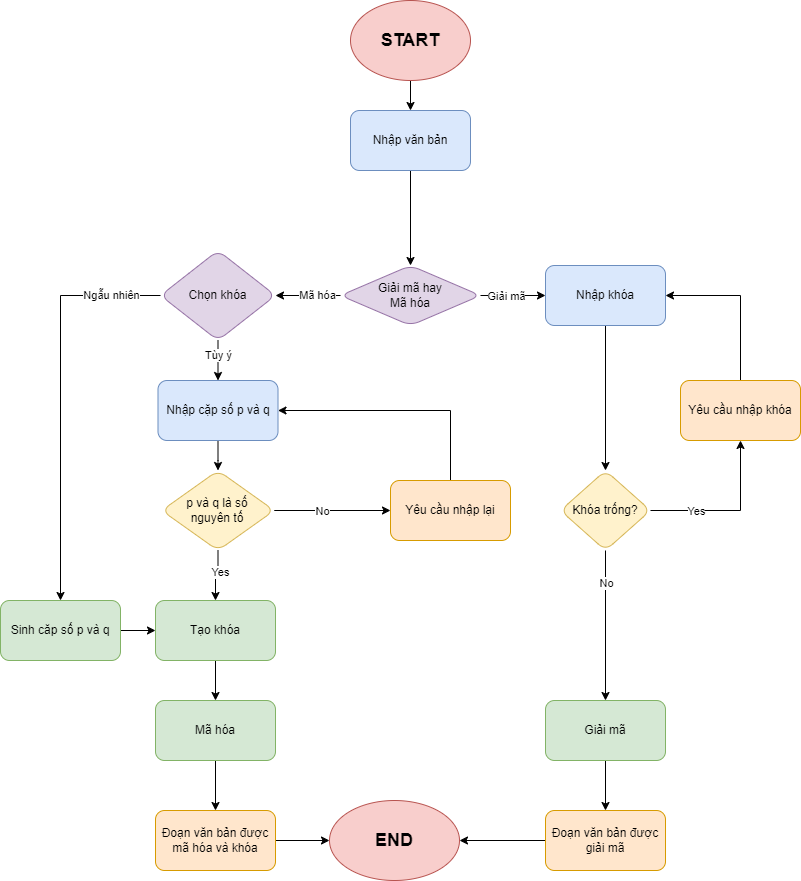
Earlier version of the draw.io export img/FlowChart.png (Grizmo2610/Enkodo). Source tidied: cells renumbered, new cells last; positions are measured from the earlier drawing's top-left corner, leaving out a move shared by most shapes.
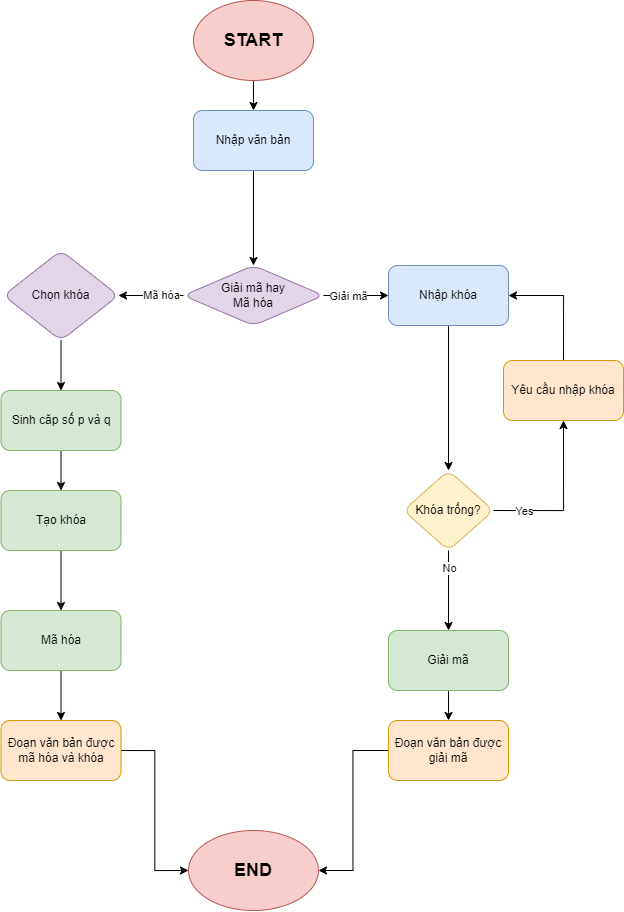
After the change.

Diff of the diagram source:
```diff
@@ -41,7 +41,9 @@
       <mxGeometry relative="1" as="geometry" />
     </mxCell>
     <mxCell id="14" value="Yes" style="edgeLabel;html=1;align=center;verticalAlign=middle;" parent="13" vertex="1">
-      <mxGeometry x="-0.43" relative="1" as="geometry" />
+      <mxGeometry x="-0.43" relative="1" as="geometry">
+        <mxPoint x="-16" as="offset" />
+      </mxGeometry>
     </mxCell>
     <mxCell id="15" style="edgeStyle=orthogonalEdgeStyle;rounded=0;jettySize=auto;html=1;exitX=0.5;exitY=1;exitDx=0;exitDy=0;entryX=0.5;entryY=0;entryDx=0;entryDy=0;" parent="1" edge="1" source="17" target="21">
       <mxGeometry relative="1" as="geometry" />
@@ -56,94 +58,52 @@
       <mxGeometry relative="1" as="geometry" />
     </mxCell>
     <mxCell id="19" value="Yêu cầu nhập khóa" style="whiteSpace=wrap;html=1;rounded=1;fillColor=#ffe6cc;strokeColor=#d79b00;" parent="1" vertex="1">
-      <mxGeometry x="680" y="380" width="120" height="60" as="geometry" />
+      <mxGeometry x="660" y="360" width="120" height="60" as="geometry" />
     </mxCell>
     <mxCell id="20" style="edgeStyle=orthogonalEdgeStyle;rounded=0;jettySize=auto;html=1;entryX=0.5;entryY=0;entryDx=0;entryDy=0;" parent="1" edge="1" source="21" target="23">
       <mxGeometry relative="1" as="geometry" />
     </mxCell>
     <mxCell id="21" value="Giải mã" style="whiteSpace=wrap;html=1;rounded=1;fillColor=#d5e8d4;strokeColor=#82b366;" parent="1" vertex="1">
-      <mxGeometry x="545" y="700" width="120" height="60" as="geometry" />
+      <mxGeometry x="545" y="630" width="120" height="60" as="geometry" />
     </mxCell>
     <mxCell id="22" style="edgeStyle=elbowEdgeStyle;rounded=0;jettySize=auto;html=1;" parent="1" edge="1" source="23" target="24">
       <mxGeometry relative="1" as="geometry" />
     </mxCell>
     <mxCell id="23" value="Đoạn văn bản được giải mã" style="whiteSpace=wrap;html=1;rounded=1;fillColor=#ffe6cc;strokeColor=#d79b00;" parent="1" vertex="1">
-      <mxGeometry x="545" y="810" width="120" height="60" as="geometry" />
+      <mxGeometry x="545" y="720" width="120" height="60" as="geometry" />
     </mxCell>
     <mxCell id="24" value="&lt;b&gt;&lt;font style=&quot;font-size: 18px;&quot;&gt;END&lt;/font&gt;&lt;/b&gt;" style="ellipse;whiteSpace=wrap;html=1;rounded=1;fillColor=#f8cecc;strokeColor=#b85450;" parent="1" vertex="1">
-      <mxGeometry x="329" y="800" width="130" height="80" as="geometry" />
+      <mxGeometry x="345" y="830" width="130" height="80" as="geometry" />
     </mxCell>
     <mxCell id="25" style="edgeStyle=orthogonalEdgeStyle;rounded=0;jettySize=auto;html=1;entryX=0.5;entryY=0;entryDx=0;entryDy=0;" parent="1" edge="1" source="29" target="42">
       <mxGeometry relative="1" as="geometry" />
     </mxCell>
-    <mxCell id="26" value="Ngẫu nhiên" style="edgeLabel;html=1;align=center;verticalAlign=middle;" parent="25" vertex="1">
-      <mxGeometry x="-0.42" y="3" relative="1" as="geometry">
-        <mxPoint x="47" y="-18" as="offset" />
-      </mxGeometry>
-    </mxCell>
-    <mxCell id="27" style="edgeStyle=orthogonalEdgeStyle;rounded=0;jettySize=auto;html=1;" parent="1" edge="1" source="29" target="31">
-      <mxGeometry relative="1" as="geometry" />
-    </mxCell>
-    <mxCell id="28" value="Tùy ý" style="edgeLabel;html=1;align=center;verticalAlign=middle;" parent="27" vertex="1">
-      <mxGeometry x="-0.7" y="1" relative="1" as="geometry">
-        <mxPoint x="-1" y="8" as="offset" />
-      </mxGeometry>
-    </mxCell>
     <mxCell id="29" value="Chọn khóa" style="rhombus;whiteSpace=wrap;html=1;rounded=1;fillColor=#e1d5e7;strokeColor=#9673a6;" parent="1" vertex="1">
       <mxGeometry x="160" y="250" width="115" height="90" as="geometry" />
     </mxCell>
-    <mxCell id="30" style="edgeStyle=orthogonalEdgeStyle;rounded=0;jettySize=auto;html=1;" parent="1" edge="1" source="31" target="36">
-      <mxGeometry relative="1" as="geometry" />
-    </mxCell>
-    <mxCell id="31" value="Nhập cặp số p và q" style="whiteSpace=wrap;html=1;rounded=1;fillColor=#dae8fc;strokeColor=#6c8ebf;" parent="1" vertex="1">
-      <mxGeometry x="157.5" y="380" width="120" height="60" as="geometry" />
-    </mxCell>
-    <mxCell id="32" style="edgeStyle=orthogonalEdgeStyle;rounded=0;jettySize=auto;html=1;" parent="1" edge="1" source="36" target="38">
-      <mxGeometry relative="1" as="geometry" />
-    </mxCell>
-    <mxCell id="33" value="No" style="edgeLabel;html=1;align=center;verticalAlign=middle;" parent="32" vertex="1">
-      <mxGeometry x="-0.41" y="1" relative="1" as="geometry">
-        <mxPoint x="14" y="1" as="offset" />
-      </mxGeometry>
-    </mxCell>
-    <mxCell id="34" style="edgeStyle=orthogonalEdgeStyle;rounded=0;jettySize=auto;html=1;" parent="1" edge="1" source="36" target="40">
-      <mxGeometry relative="1" as="geometry" />
-    </mxCell>
-    <mxCell id="35" value="Yes" style="edgeLabel;html=1;align=center;verticalAlign=middle;" parent="34" vertex="1">
-      <mxGeometry x="-0.18" y="2" relative="1" as="geometry" />
-    </mxCell>
-    <mxCell id="36" value="p và q là số &lt;br&gt;nguyên tố" style="rhombus;whiteSpace=wrap;html=1;rounded=1;fillColor=#fff2cc;strokeColor=#d6b656;" parent="1" vertex="1">
-      <mxGeometry x="161.2" y="470" width="112.5" height="80" as="geometry" />
-    </mxCell>
-    <mxCell id="37" style="edgeStyle=orthogonalEdgeStyle;rounded=0;jettySize=auto;html=1;exitX=0.5;exitY=0;exitDx=0;exitDy=0;entryX=1;entryY=0.5;entryDx=0;entryDy=0;" parent="1" edge="1" source="38" target="31">
-      <mxGeometry relative="1" as="geometry" />
-    </mxCell>
-    <mxCell id="38" value="Yêu cầu nhập lại" style="whiteSpace=wrap;html=1;rounded=1;fillColor=#ffe6cc;strokeColor=#d79b00;" parent="1" vertex="1">
-      <mxGeometry x="390" y="480" width="120" height="60" as="geometry" />
-    </mxCell>
     <mxCell id="39" style="edgeStyle=orthogonalEdgeStyle;rounded=0;jettySize=auto;html=1;" parent="1" edge="1" source="40" target="44">
       <mxGeometry relative="1" as="geometry" />
     </mxCell>
     <mxCell id="40" value="Tạo khóa" style="whiteSpace=wrap;html=1;rounded=1;fillColor=#d5e8d4;strokeColor=#82b366;" parent="1" vertex="1">
-      <mxGeometry x="155" y="600" width="120" height="60" as="geometry" />
+      <mxGeometry x="157.5" y="490" width="120" height="60" as="geometry" />
     </mxCell>
     <mxCell id="41" style="edgeStyle=orthogonalEdgeStyle;rounded=0;jettySize=auto;html=1;" parent="1" edge="1" source="42" target="40">
       <mxGeometry relative="1" as="geometry" />
     </mxCell>
     <mxCell id="42" value="Sinh căp số p và q" style="whiteSpace=wrap;html=1;rounded=1;fillColor=#d5e8d4;strokeColor=#82b366;" parent="1" vertex="1">
-      <mxGeometry y="600" width="120" height="60" as="geometry" />
+      <mxGeometry x="157.5" y="390" width="120" height="60" as="geometry" />
     </mxCell>
     <mxCell id="43" style="edgeStyle=orthogonalEdgeStyle;rounded=0;jettySize=auto;html=1;entryX=0.5;entryY=0;entryDx=0;entryDy=0;" parent="1" edge="1" source="44" target="46">
       <mxGeometry relative="1" as="geometry" />
     </mxCell>
     <mxCell id="44" value="Mã hóa" style="whiteSpace=wrap;html=1;rounded=1;fillColor=#d5e8d4;strokeColor=#82b366;" parent="1" vertex="1">
-      <mxGeometry x="155" y="700" width="120" height="60" as="geometry" />
+      <mxGeometry x="157.5" y="610" width="120" height="60" as="geometry" />
     </mxCell>
     <mxCell id="45" style="edgeStyle=orthogonalEdgeStyle;rounded=0;jettySize=auto;html=1;exitX=1;exitY=0.5;exitDx=0;exitDy=0;entryX=0;entryY=0.5;entryDx=0;entryDy=0;" parent="1" edge="1" source="46" target="24">
       <mxGeometry relative="1" as="geometry" />
     </mxCell>
     <mxCell id="46" value="Đoạn văn bản được mã hóa và khóa" style="whiteSpace=wrap;html=1;rounded=1;fillColor=#ffe6cc;strokeColor=#d79b00;" parent="1" vertex="1">
-      <mxGeometry x="155" y="810" width="120" height="60" as="geometry" />
+      <mxGeometry x="157.5" y="720" width="120" height="60" as="geometry" />
     </mxCell>
   </root>
 </mxGraphModel>
```
